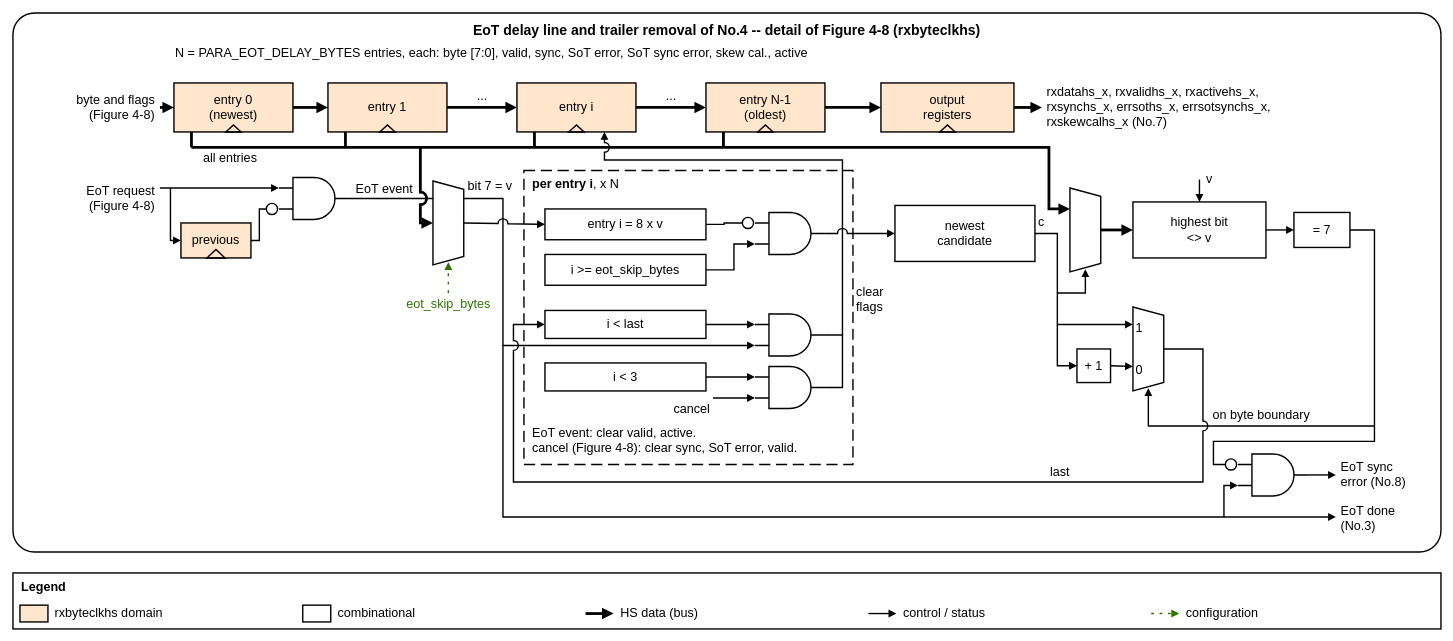
Earlier version of the draw.io diagram 22fdx/rx/digital/hw/rtl/ip/ftel_dphy_rx/doc/figures/ftel_dphy_rx_eot.drawio (ftel-cdc/fu3_dphy). Source tidied: cells renumbered, new cells numbered last; positions are measured from the earlier drawing's top-left corner, leaving out a move shared by most shapes. Both pictures are drawn from the tidied source at 70%, with x=0, y=0 at pixel (13, 13).
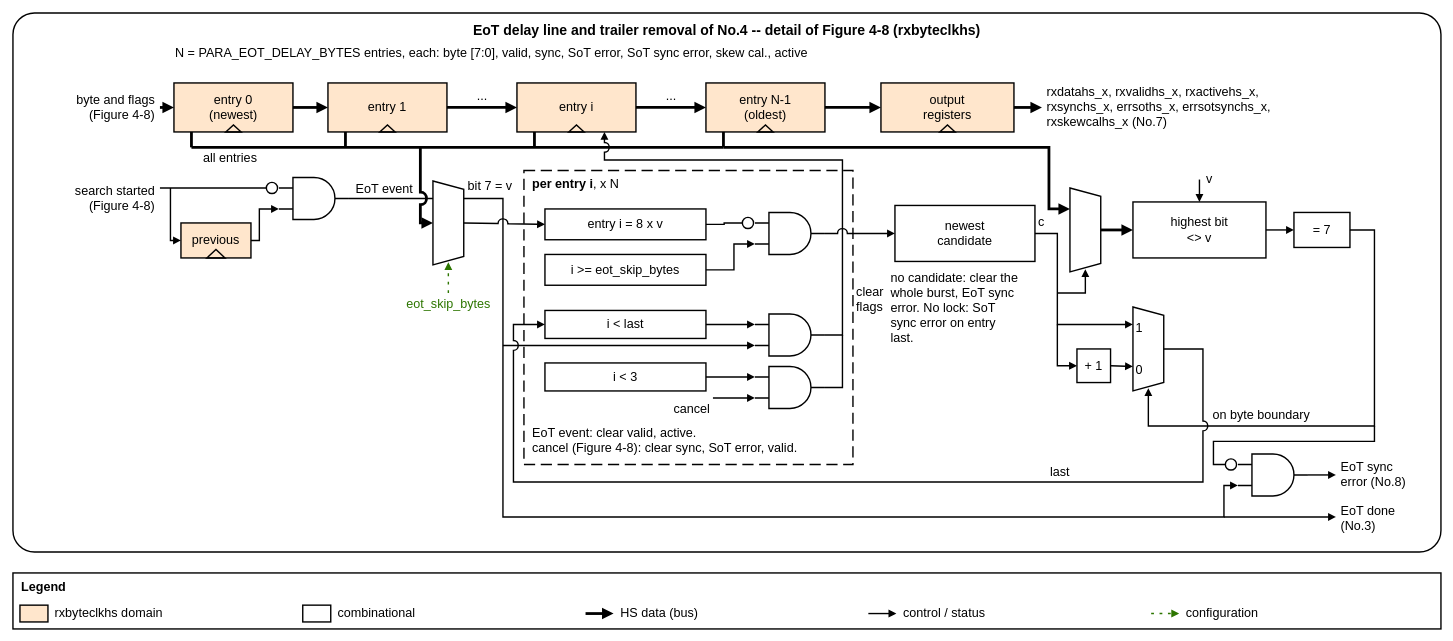
The same page after the edit.

Diff of the diagram source:
```diff
@@
-    <mxCell id="28" value="EoT request&lt;br&gt;(Figure 4-8)" style="text;html=1;whiteSpace=wrap;fontSize=18;align=right;verticalAlign=middle;strokeColor=none;fillColor=none;spacing=2;" parent="1" vertex="1">
+    <mxCell id="28" value="search started&lt;br&gt;(Figure 4-8)" style="text;html=1;whiteSpace=wrap;fontSize=18;align=right;verticalAlign=middle;strokeColor=none;fillColor=none;spacing=2;" parent="1" vertex="1">
       <mxGeometry x="5" y="235" width="200" height="60" as="geometry" />
     </mxCell>
-    <mxCell id="29" style="endArrow=block;endFill=1;html=1;fontSize=18;edgeStyle=orthogonalEdgeStyle;rounded=0;jumpStyle=arc;jumpSize=12;labelBackgroundColor=#FFFFFF;strokeWidth=2;edgeStyle=none;" parent="1" edge="1">
+    <mxCell id="29" style="endArrow=block;endFill=1;html=1;fontSize=18;edgeStyle=orthogonalEdgeStyle;rounded=0;jumpStyle=arc;jumpSize=12;labelBackgroundColor=#FFFFFF;strokeWidth=2;edgeStyle=none;endArrow=none;" parent="1" edge="1">
       <mxGeometry relative="1" as="geometry">
         <mxPoint x="210" y="250" as="sourcePoint" />
-        <mxPoint x="380" y="250" as="targetPoint" />
+        <mxPoint x="362" y="250" as="targetPoint" />
       </mxGeometry>
     </mxCell>
@@
     <mxCell id="34" style="ellipse;whiteSpace=wrap;html=1;strokeWidth=2;" parent="1" vertex="1">
-      <mxGeometry x="362" y="272" width="16" height="16" as="geometry" />
+      <mxGeometry x="362" y="242" width="16" height="16" as="geometry" />
     </mxCell>
-    <mxCell id="35" style="endArrow=block;endFill=1;html=1;fontSize=18;edgeStyle=orthogonalEdgeStyle;rounded=0;jumpStyle=arc;jumpSize=12;labelBackgroundColor=#FFFFFF;strokeWidth=2;endArrow=none;" parent="1" edge="1">
+    <mxCell id="35" style="endArrow=block;endFill=1;html=1;fontSize=18;edgeStyle=orthogonalEdgeStyle;rounded=0;jumpStyle=arc;jumpSize=12;labelBackgroundColor=#FFFFFF;strokeWidth=2;" parent="1" edge="1">
       <mxGeometry relative="1" as="geometry">
         <mxPoint x="340" y="325" as="sourcePoint" />
-        <mxPoint x="362" y="280" as="targetPoint" />
+        <mxPoint x="380" y="280" as="targetPoint" />
         <Array as="points">
           <mxPoint x="352" y="325" />
           <mxPoint x="352" y="280" />
         </Array>
       </mxGeometry>
     </mxCell>
@@
+    <mxCell id="106" value="no candidate: clear the&lt;br&gt;whole burst, EoT sync&lt;br&gt;error. No lock: SoT&lt;br&gt;sync error on entry&lt;br&gt;last." style="text;html=1;whiteSpace=wrap;fontSize=18;align=left;verticalAlign=middle;strokeColor=none;fillColor=none;spacing=2;" parent="1" vertex="1">
+      <mxGeometry x="1252" y="362" width="232" height="120" as="geometry" />
+    </mxCell>
```
